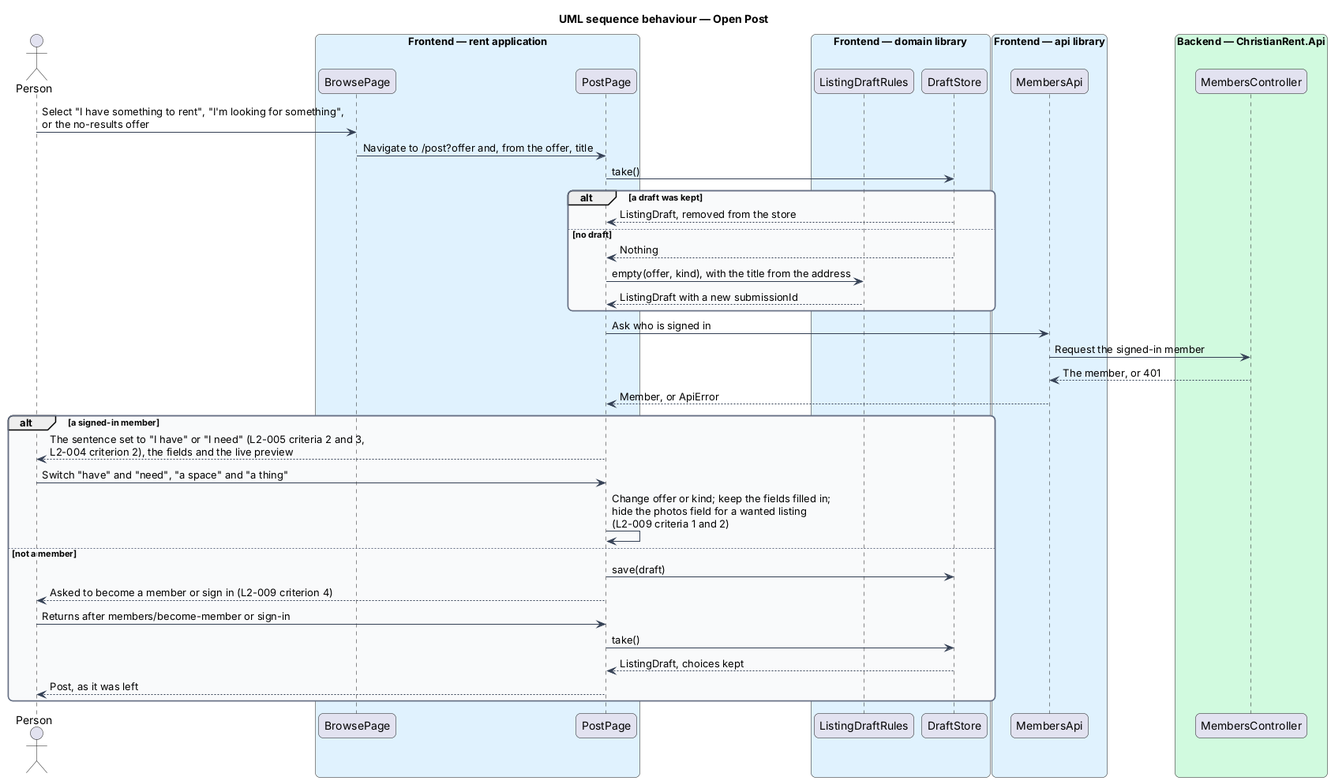
Earlier version of the PlantUML export docs/detailed-designs/listings/post-listing/diagrams/sequence-open-post.png (QuinntyneBrown/christian-rent). The source it was exported from:
```plantuml
@startuml
title UML sequence behaviour — Open Post
skinparam backgroundColor #FFFFFF
skinparam shadowing false
skinparam roundcorner 12
skinparam defaultFontName Arial
skinparam ArrowColor #344054
skinparam rectangle {
  BorderColor #344054
  FontColor #101828
}
skinparam package {
  BorderColor #667085
  FontColor #101828
  BackgroundColor #F9FAFB
}
actor "Person" as actor
box "Frontend — rent application" #E0F2FE
  participant "BrowsePage" as browse
  participant "PostPage" as page
end box
box "Frontend — domain library" #E0F2FE
  participant "ListingDraftRules" as rules
  participant "DraftStore" as drafts
end box
box "Frontend — api library" #E0F2FE
  participant "MembersApi" as members
end box
box "Backend — ChristianRent.Api" #D1FADF
  participant "MembersController" as controller
end box
actor -> browse : Select "I have something to rent", "I'm looking for something",\nor the no-results offer
browse -> page : Navigate to /post?offer and, from the offer, title
page -> drafts : take()
alt a draft was kept
  drafts --> page : ListingDraft, removed from the store
else no draft
  drafts --> page : Nothing
  page -> rules : empty(offer, kind), with the title from the address
  rules --> page : ListingDraft with a new submissionId
end
page -> members : Ask who is signed in
members -> controller : Request the signed-in member
controller --> members : The member, or 401
members --> page : Member, or ApiError
alt a signed-in member
  page --> actor : The sentence set to "I have" or "I need" (L2-005 criteria 2 and 3,\nL2-004 criterion 2), the fields and the live preview
  actor -> page : Switch "have" and "need", "a space" and "a thing"
  page -> page : Change offer or kind; keep the fields filled in;\nhide the photos field for a wanted listing\n(L2-009 criteria 1 and 2)
else not a member
  page -> drafts : save(draft)
  page --> actor : Asked to become a member or sign in (L2-009 criterion 4)
  actor -> page : Returns after members/become-member or sign-in
  page -> drafts : take()
  drafts --> page : ListingDraft, choices kept
  page --> actor : Post, as it was left
end
@enduml
```
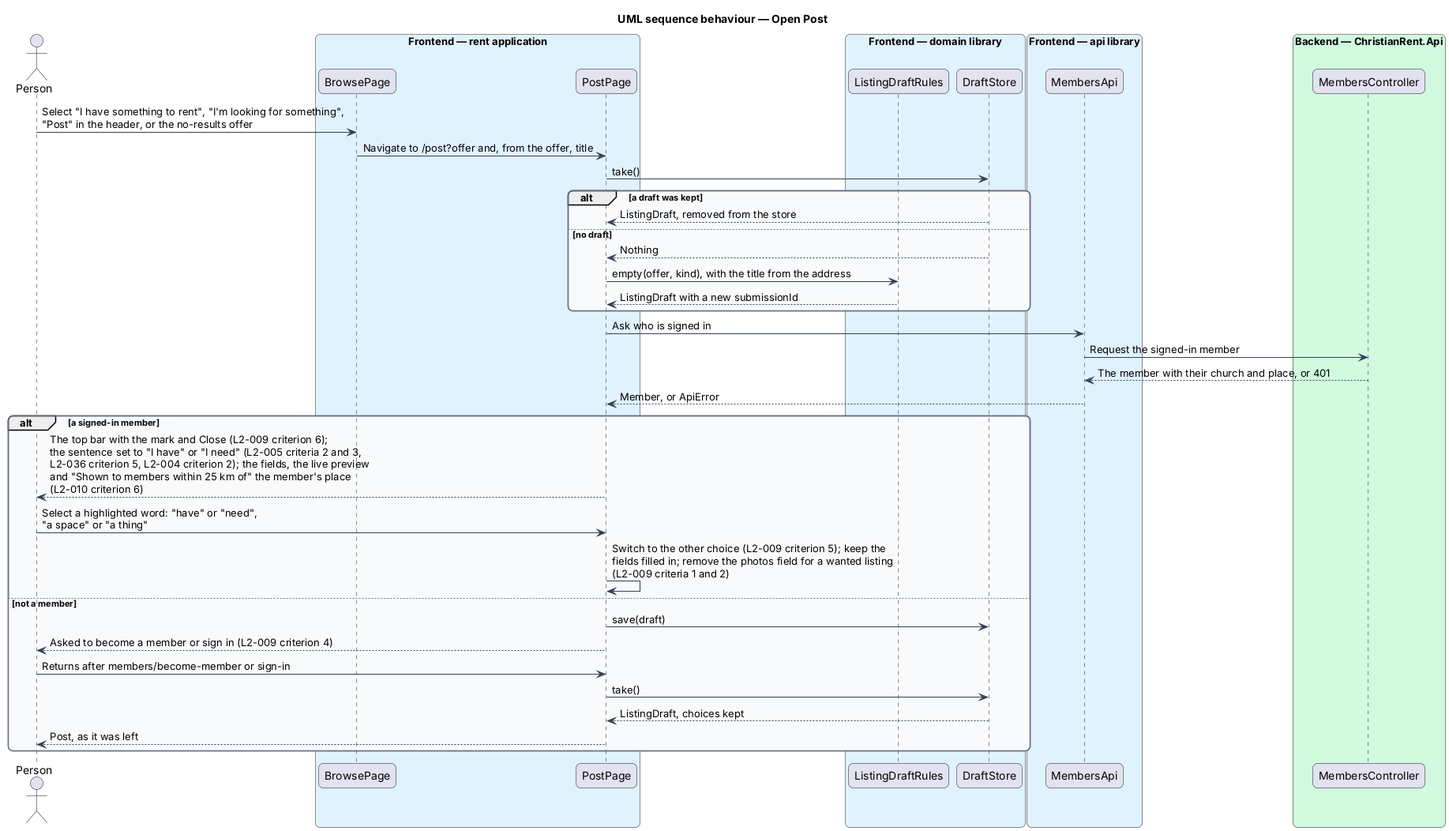
Above is the later version.

The edit, as a diff of the source:
```diff
@@ -29,7 +29,7 @@
 box "Backend — ChristianRent.Api" #D1FADF
   participant "MembersController" as controller
 end box
-actor -> browse : Select "I have something to rent", "I'm looking for something",\nor the no-results offer
+actor -> browse : Select "I have something to rent", "I'm looking for something",\n"Post" in the header, or the no-results offer
 browse -> page : Navigate to /post?offer and, from the offer, title
 page -> drafts : take()
 alt a draft was kept
@@ -41,12 +41,12 @@
 end
 page -> members : Ask who is signed in
 members -> controller : Request the signed-in member
-controller --> members : The member, or 401
+controller --> members : The member with their church and place, or 401
 members --> page : Member, or ApiError
 alt a signed-in member
-  page --> actor : The sentence set to "I have" or "I need" (L2-005 criteria 2 and 3,\nL2-004 criterion 2), the fields and the live preview
-  actor -> page : Switch "have" and "need", "a space" and "a thing"
-  page -> page : Change offer or kind; keep the fields filled in;\nhide the photos field for a wanted listing\n(L2-009 criteria 1 and 2)
+  page --> actor : The top bar with the mark and Close (L2-009 criterion 6);\nthe sentence set to "I have" or "I need" (L2-005 criteria 2 and 3,\nL2-036 criterion 5, L2-004 criterion 2); the fields, the live preview\nand "Shown to members within 25 km of" the member's place\n(L2-010 criterion 6)
+  actor -> page : Select a highlighted word: "have" or "need",\n"a space" or "a thing"
+  page -> page : Switch to the other choice (L2-009 criterion 5); keep the\nfields filled in; remove the photos field for a wanted listing\n(L2-009 criteria 1 and 2)
 else not a member
   page -> drafts : save(draft)
   page --> actor : Asked to become a member or sign in (L2-009 criterion 4)
```
